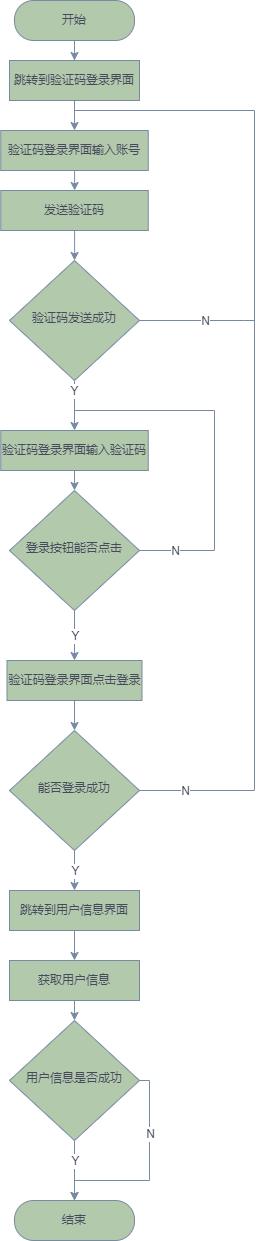
Before: x9hp/验证码登录流程图.png, a diagram exported from draw.io (notigit/Image). Source tidied: cells renumbered, new cells last; positions are measured from the earlier drawing's top-left corner, leaving out a move shared by most shapes.
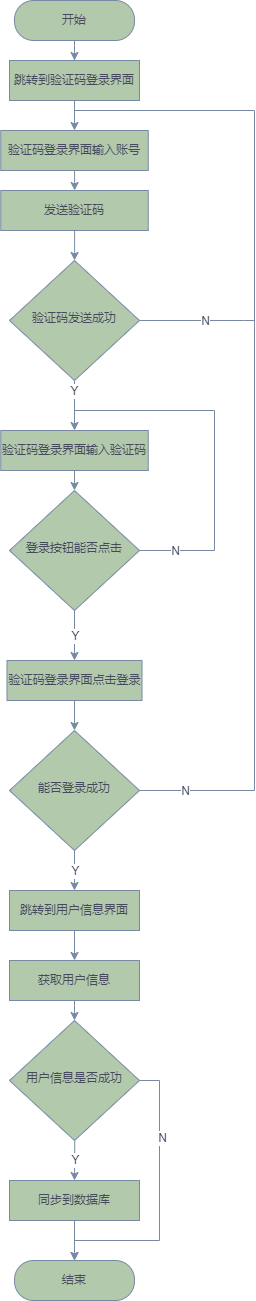
The same file after the commit.

Commit message:
更新验证码登录流程图.png

Diff of the diagram source:
```diff
@@ -14,11 +14,8 @@
     <mxCell id="5" value="登录按钮能否点击" style="rhombus;whiteSpace=wrap;html=1;shadow=0;fontFamily=Helvetica;fontSize=12;align=center;strokeWidth=1;spacing=6;spacingTop=-4;fillColor=#B2C9AB;strokeColor=#788AA3;fontColor=#46495D;rounded=0;" parent="1" vertex="1">
       <mxGeometry x="9" y="490" width="130" height="120" as="geometry" />
     </mxCell>
-    <mxCell id="6" style="edgeStyle=orthogonalEdgeStyle;rounded=0;jettySize=auto;html=1;fontColor=#46495D;startArrow=none;startFill=0;endArrow=none;endFill=0;strokeColor=#788AA3;fillColor=#B2C9AB;" parent="1" edge="1" source="7" target="25">
-      <mxGeometry relative="1" as="geometry" />
-    </mxCell>
     <mxCell id="7" value="结束" style="rounded=1;whiteSpace=wrap;html=1;fontSize=12;glass=0;strokeWidth=1;shadow=0;fillColor=#B2C9AB;strokeColor=#788AA3;fontColor=#46495D;arcSize=48;" parent="1" vertex="1">
-      <mxGeometry x="14" y="1200" width="120" height="40" as="geometry" />
+      <mxGeometry x="14" y="1260" width="120" height="40" as="geometry" />
     </mxCell>
     <mxCell id="8" style="edgeStyle=orthogonalEdgeStyle;rounded=0;jettySize=auto;html=1;entryX=0.5;entryY=0;entryDx=0;entryDy=0;strokeColor=#788AA3;fontColor=#46495D;" parent="1" edge="1" source="9" target="34">
       <mxGeometry relative="1" as="geometry" />
@@ -89,31 +86,29 @@
     <mxCell id="24" value="获取用户信息" style="rounded=0;whiteSpace=wrap;html=1;fontSize=12;glass=0;strokeWidth=1;shadow=0;fillColor=#B2C9AB;strokeColor=#788AA3;fontColor=#46495D;arcSize=0;" parent="1" vertex="1">
       <mxGeometry x="9" y="960" width="130" height="40" as="geometry" />
     </mxCell>
+    <mxCell id="28" style="edgeStyle=orthogonalEdgeStyle;rounded=0;sketch=0;jettySize=auto;html=1;entryX=0.5;entryY=0;entryDx=0;entryDy=0;fontColor=#46495D;strokeColor=#788AA3;fillColor=#B2C9AB;exitX=1;exitY=0.5;exitDx=0;exitDy=0;" parent="1" edge="1" source="25" target="7">
+      <mxGeometry relative="1" as="geometry">
+        <Array as="points">
+          <mxPoint x="159" y="1080" />
+          <mxPoint x="159" y="1240" />
+          <mxPoint x="74" y="1240" />
+        </Array>
+      </mxGeometry>
+    </mxCell>
+    <mxCell id="29" value="N" style="edgeLabel;html=1;align=center;verticalAlign=middle;fontColor=#46495D;" parent="28" vertex="1">
+      <mxGeometry x="-0.46" y="2" relative="1" as="geometry" />
+    </mxCell>
     <mxCell id="25" value="用户信息是否成功" style="rhombus;whiteSpace=wrap;html=1;shadow=0;fontFamily=Helvetica;fontSize=12;align=center;strokeWidth=1;spacing=6;spacingTop=-4;fillColor=#B2C9AB;strokeColor=#788AA3;fontColor=#46495D;rounded=0;" parent="1" vertex="1">
       <mxGeometry x="9" y="1020" width="130" height="120" as="geometry" />
     </mxCell>
-    <mxCell id="26" style="endArrow=classic;html=1;rounded=0;fontColor=#46495D;strokeColor=#788AA3;fillColor=#B2C9AB;exitX=0.5;exitY=1;exitDx=0;exitDy=0;entryX=0.5;entryY=0;entryDx=0;entryDy=0;" parent="1" edge="1" source="25" target="7">
-      <mxGeometry relative="1" as="geometry" />
+    <mxCell id="26" style="endArrow=classic;html=1;rounded=0;fontColor=#46495D;strokeColor=#788AA3;fillColor=#B2C9AB;entryX=0.5;entryY=0;entryDx=0;entryDy=0;" parent="1" edge="1" target="41">
+      <mxGeometry relative="1" as="geometry">
+        <mxPoint x="74.2" y="1140" as="sourcePoint" />
+      </mxGeometry>
     </mxCell>
     <mxCell id="27" value="Y" style="edgeLabel;html=1;align=center;verticalAlign=middle;rounded=1;fontColor=#46495D;strokeColor=#788AA3;fillColor=#B2C9AB;" parent="26" vertex="1">
-      <mxGeometry relative="1" as="geometry">
-        <mxPoint y="-10" as="offset" />
-      </mxGeometry>
+      <mxGeometry relative="1" as="geometry" />
     </mxCell>
-    <mxCell id="28" style="endArrow=classic;html=1;rounded=0;fontColor=#46495D;strokeColor=#788AA3;fillColor=#B2C9AB;exitX=1;exitY=0.5;exitDx=0;exitDy=0;edgeStyle=orthogonalEdgeStyle;entryX=0.5;entryY=0;entryDx=0;entryDy=0;" parent="1" edge="1" source="25" target="7">
-      <mxGeometry relative="1" as="geometry">
-        <Array as="points">
-          <mxPoint x="149" y="1080" />
-          <mxPoint x="149" y="1180" />
-          <mxPoint x="74" y="1180" />
-        </Array>
-      </mxGeometry>
-    </mxCell>
-    <mxCell id="29" value="N" style="edgeLabel;html=1;align=center;verticalAlign=middle;rounded=1;fontColor=#46495D;strokeColor=#788AA3;fillColor=#B2C9AB;" parent="28" vertex="1">
-      <mxGeometry relative="1" as="geometry">
-        <mxPoint y="-40" as="offset" />
-      </mxGeometry>
-    </mxCell>
     <mxCell id="30" value="跳转到验证码登录界面" style="rounded=0;whiteSpace=wrap;html=1;fontSize=12;glass=0;strokeWidth=1;shadow=0;fillColor=#B2C9AB;strokeColor=#788AA3;fontColor=#46495D;arcSize=0;" parent="1" vertex="1">
       <mxGeometry x="9" y="60" width="130" height="40" as="geometry" />
     </mxCell>
@@ -153,5 +148,11 @@
         <mxPoint x="-141" y="80" as="offset" />
       </mxGeometry>
     </mxCell>
+    <mxCell id="40" style="edgeStyle=orthogonalEdgeStyle;rounded=0;sketch=0;jettySize=auto;html=1;entryX=0.5;entryY=0;entryDx=0;entryDy=0;fontColor=#46495D;strokeColor=#788AA3;fillColor=#B2C9AB;" parent="1" edge="1" source="41" target="7">
+      <mxGeometry relative="1" as="geometry" />
+    </mxCell>
+    <mxCell id="41" value="同步到数据库" style="rounded=0;whiteSpace=wrap;html=1;fontSize=12;glass=0;strokeWidth=1;shadow=0;fillColor=#B2C9AB;strokeColor=#788AA3;fontColor=#46495D;arcSize=0;" parent="1" vertex="1">
+      <mxGeometry x="9" y="1180" width="130" height="40" as="geometry" />
+    </mxCell>
   </root>
 </mxGraphModel>
```
